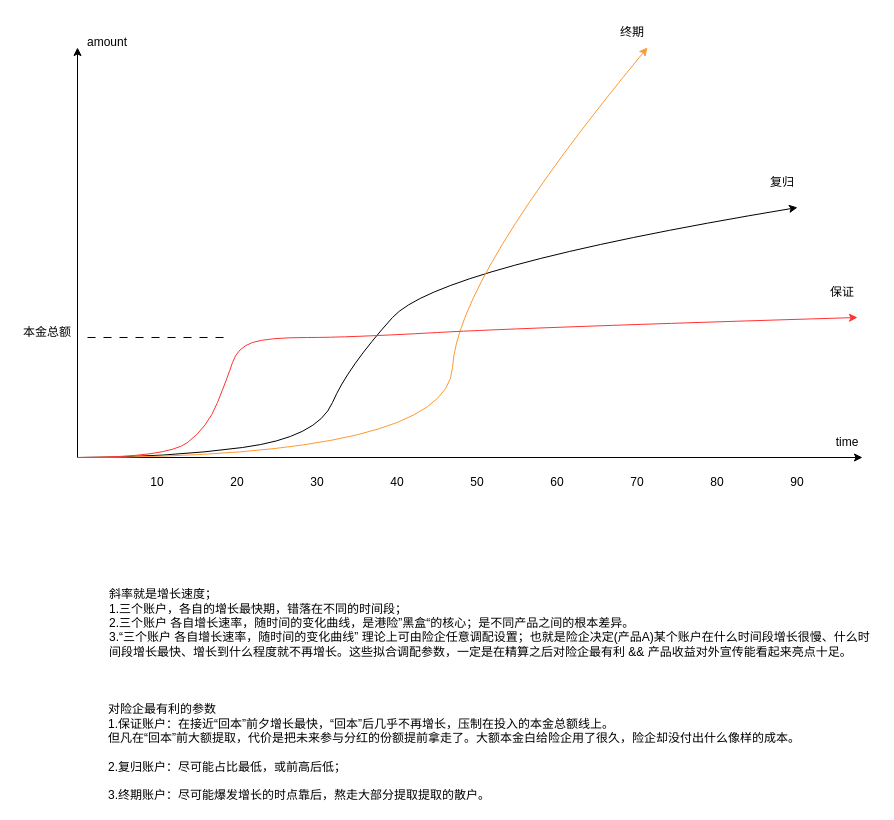
Before: Ecommerce-Savings-Insurance.drawio in ljheee/image-host, a draw.io diagram. Source tidied: cells renumbered, new cells numbered last; positions are measured from the earlier drawing's top-left corner, leaving out a move shared by most shapes. Both pictures are drawn from the tidied source at 100%, with x=0, y=0 at pixel (17, 17).
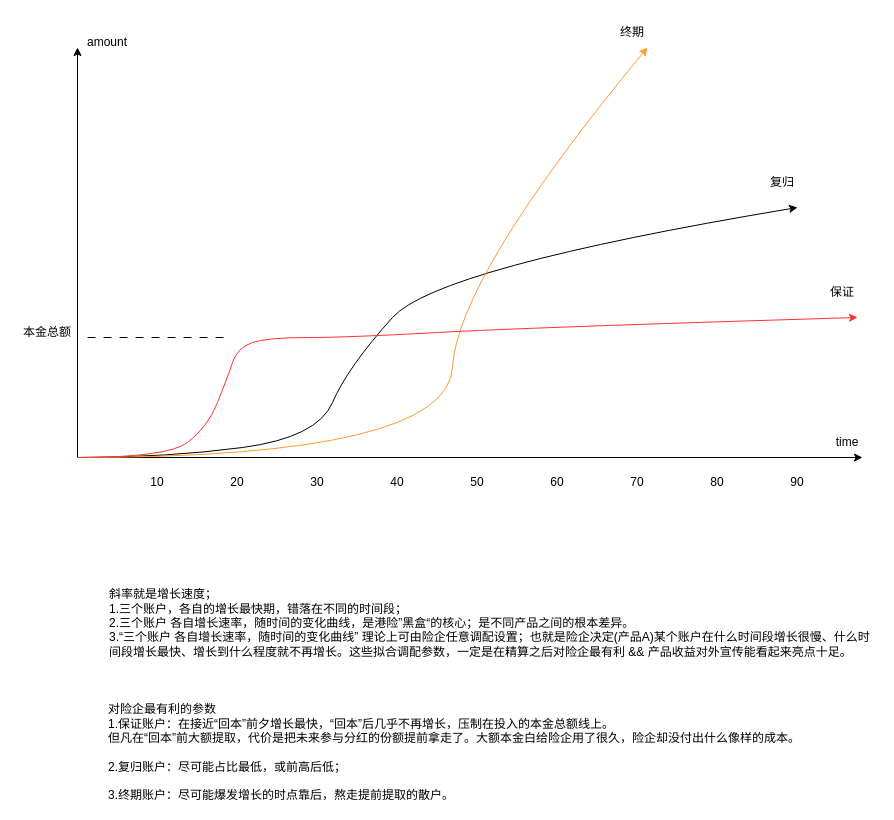
The same page after the edit.

What changed in the source:
```diff
@@
-    <mxCell id="24" value="&lt;div style=&quot;text-align: left;&quot;&gt;&lt;div&gt;对险企最有利的参数&lt;/div&gt;&lt;div&gt;1.保证账户：在接近“回本”前夕增长最快，“回本”后几乎不再增长，压制在投入的本金总额线上。&lt;/div&gt;&lt;div&gt;但凡在“回本”前大额提取，代价是把未来参与分红的份额提前拿走了。大额本金白给险企用了很久，险企却没付出什么像样的成本。&lt;/div&gt;&lt;div&gt;&lt;br&gt;&lt;/div&gt;&lt;div&gt;2.复归账户：尽可能占比最低，或前高后低；&lt;br&gt;&lt;br&gt;3.终期账户：尽可能爆发增长的时点靠后，熬走大部分&lt;span style=&quot;background-color: transparent; color: light-dark(rgb(0, 0, 0), rgb(255, 255, 255));&quot;&gt;提取提取的&lt;/span&gt;&lt;span style=&quot;background-color: transparent; color: light-dark(rgb(0, 0, 0), rgb(255, 255, 255));&quot;&gt;散户。&lt;/span&gt;&lt;/div&gt;&lt;/div&gt;" style="text;html=1;whiteSpace=wrap;strokeColor=none;fillColor=none;align=center;verticalAlign=middle;rounded=0;" parent="1" vertex="1">
+    <mxCell id="24" value="&lt;div style=&quot;text-align: left;&quot;&gt;&lt;div&gt;对险企最有利的参数&lt;/div&gt;&lt;div&gt;1.保证账户：在接近“回本”前夕增长最快，“回本”后几乎不再增长，压制在投入的本金总额线上。&lt;/div&gt;&lt;div&gt;但凡在“回本”前大额提取，代价是把未来参与分红的份额提前拿走了。大额本金白给险企用了很久，险企却没付出什么像样的成本。&lt;/div&gt;&lt;div&gt;&lt;br&gt;&lt;/div&gt;&lt;div&gt;2.复归账户：尽可能占比最低，或前高后低；&lt;br&gt;&lt;br&gt;3.终期账户：尽可能爆发增长的时点靠后，熬走提前&lt;span style=&quot;background-color: transparent; color: light-dark(rgb(0, 0, 0), rgb(255, 255, 255));&quot;&gt;提取的&lt;/span&gt;&lt;span style=&quot;background-color: transparent; color: light-dark(rgb(0, 0, 0), rgb(255, 255, 255));&quot;&gt;散户。&lt;/span&gt;&lt;/div&gt;&lt;/div&gt;" style="text;html=1;whiteSpace=wrap;strokeColor=none;fillColor=none;align=center;verticalAlign=middle;rounded=0;" parent="1" vertex="1">
       <mxGeometry x="90" y="720" width="694" height="30" as="geometry" />
     </mxCell>
```
